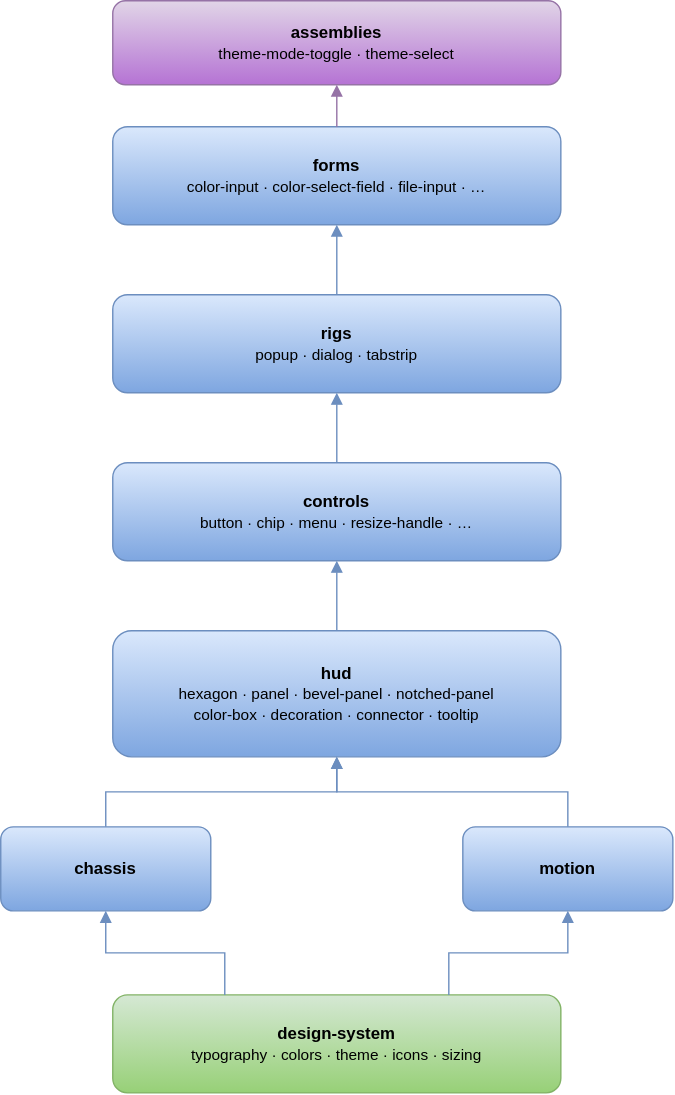
the-dead-planet/nav-gauge keeps this draw.io diagram as docs/assets/ui-architecture.svg. Above is the earlier version. Source tidied: cells renumbered, new cells last; positions are measured from the earlier drawing's top-left corner, leaving out a move shared by most shapes.
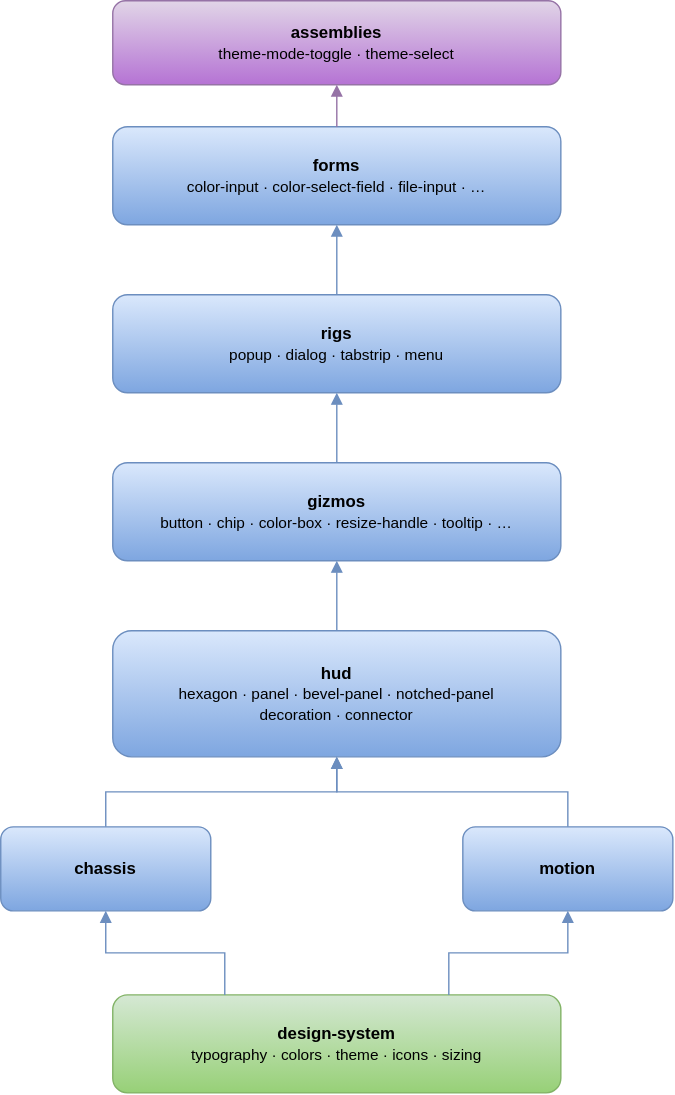
The same file after the commit.

The edit, as a diff of the source:
```diff
@@ -8,13 +8,13 @@
     <mxCell id="3" value="&lt;b&gt;forms&lt;/b&gt;&lt;br&gt;&lt;font style=&quot;font-size: 11px;&quot;&gt;color-input · color-select-field · file-input · …&lt;/font&gt;" style="rounded=1;whiteSpace=wrap;html=1;fillColor=#dae8fc;strokeColor=#6c8ebf;gradientColor=#7ea6e0;" parent="1" vertex="1">
       <mxGeometry x="80" y="90" width="320" height="70" as="geometry" />
     </mxCell>
-    <mxCell id="4" value="&lt;b&gt;rigs&lt;/b&gt;&lt;br&gt;&lt;font style=&quot;font-size: 11px;&quot;&gt;popup · dialog · tabstrip&lt;/font&gt;" style="rounded=1;whiteSpace=wrap;html=1;fillColor=#dae8fc;strokeColor=#6c8ebf;gradientColor=#7ea6e0;" parent="1" vertex="1">
+    <mxCell id="4" value="&lt;b&gt;rigs&lt;/b&gt;&lt;br&gt;&lt;font style=&quot;font-size: 11px;&quot;&gt;popup · dialog · tabstrip · menu&lt;/font&gt;" style="rounded=1;whiteSpace=wrap;html=1;fillColor=#dae8fc;strokeColor=#6c8ebf;gradientColor=#7ea6e0;" parent="1" vertex="1">
       <mxGeometry x="80" y="210" width="320" height="70" as="geometry" />
     </mxCell>
-    <mxCell id="5" value="&lt;b&gt;controls&lt;/b&gt;&lt;br&gt;&lt;font style=&quot;font-size: 11px;&quot;&gt;button · chip · menu · resize-handle · …&lt;/font&gt;" style="rounded=1;whiteSpace=wrap;html=1;fillColor=#dae8fc;strokeColor=#6c8ebf;gradientColor=#7ea6e0;" parent="1" vertex="1">
-      <mxGeometry x="80" y="330" width="320" height="70" as="geometry" />
-    </mxCell>
+    <mxCell id="19" value="&lt;b&gt;gizmos&lt;/b&gt;&lt;br&gt;&lt;font style=&quot;font-size: 11px;&quot;&gt;button · chip · color-box · resize-handle · tooltip · …&lt;/font&gt;" style="rounded=1;whiteSpace=wrap;html=1;fillColor=#dae8fc;strokeColor=#6c8ebf;gradientColor=#7ea6e0;" parent="1" vertex="1">
+      <mxGeometry x="80" y="330" width="320" height="70" as="geometry" />
+    </mxCell>
-    <mxCell id="6" value="&lt;b&gt;hud&lt;/b&gt;&lt;br&gt;&lt;font style=&quot;font-size: 11px;&quot;&gt;hexagon · panel · bevel-panel · notched-panel&lt;br&gt;color-box · decoration · connector · tooltip&lt;/font&gt;" style="rounded=1;whiteSpace=wrap;html=1;fillColor=#dae8fc;strokeColor=#6c8ebf;gradientColor=#7ea6e0;" parent="1" vertex="1">
+    <mxCell id="6" value="&lt;b&gt;hud&lt;/b&gt;&lt;br&gt;&lt;font style=&quot;font-size: 11px;&quot;&gt;hexagon · panel · bevel-panel · notched-panel&lt;br&gt;decoration · connector&lt;/font&gt;" style="rounded=1;whiteSpace=wrap;html=1;fillColor=#dae8fc;strokeColor=#6c8ebf;gradientColor=#7ea6e0;" parent="1" vertex="1">
       <mxGeometry x="80" y="450" width="320" height="90" as="geometry" />
     </mxCell>
     <mxCell id="7" value="&lt;b&gt;chassis&lt;/b&gt;" style="rounded=1;whiteSpace=wrap;html=1;fillColor=#dae8fc;strokeColor=#6c8ebf;gradientColor=#7ea6e0;" parent="1" vertex="1">
@@ -41,12 +41,12 @@
     <mxCell id="14" style="edgeStyle=orthogonalEdgeStyle;rounded=0;jettySize=auto;html=1;endArrow=block;strokeColor=#6c8ebf;" parent="1" edge="1" source="8" target="6">
       <mxGeometry relative="1" as="geometry" />
     </mxCell>
-    <mxCell id="15" style="edgeStyle=orthogonalEdgeStyle;rounded=0;jettySize=auto;html=1;endArrow=block;strokeColor=#6c8ebf;" parent="1" edge="1" source="6" target="5">
-      <mxGeometry relative="1" as="geometry" />
-    </mxCell>
-    <mxCell id="16" style="edgeStyle=orthogonalEdgeStyle;rounded=0;jettySize=auto;html=1;endArrow=block;strokeColor=#6c8ebf;" parent="1" edge="1" source="5" target="4">
-      <mxGeometry relative="1" as="geometry" />
-    </mxCell>
+    <mxCell id="20" style="edgeStyle=orthogonalEdgeStyle;rounded=0;jettySize=auto;html=1;endArrow=block;strokeColor=#6c8ebf;" parent="1" edge="1" source="6" target="19">
+      <mxGeometry relative="1" as="geometry" />
+    </mxCell>
+    <mxCell id="21" style="edgeStyle=orthogonalEdgeStyle;rounded=0;jettySize=auto;html=1;endArrow=block;strokeColor=#6c8ebf;" parent="1" edge="1" source="19" target="4">
+      <mxGeometry relative="1" as="geometry" />
+    </mxCell>
     <mxCell id="17" style="edgeStyle=orthogonalEdgeStyle;rounded=0;jettySize=auto;html=1;endArrow=block;strokeColor=#6c8ebf;" parent="1" edge="1" source="4" target="3">
       <mxGeometry relative="1" as="geometry" />
     </mxCell>
```
